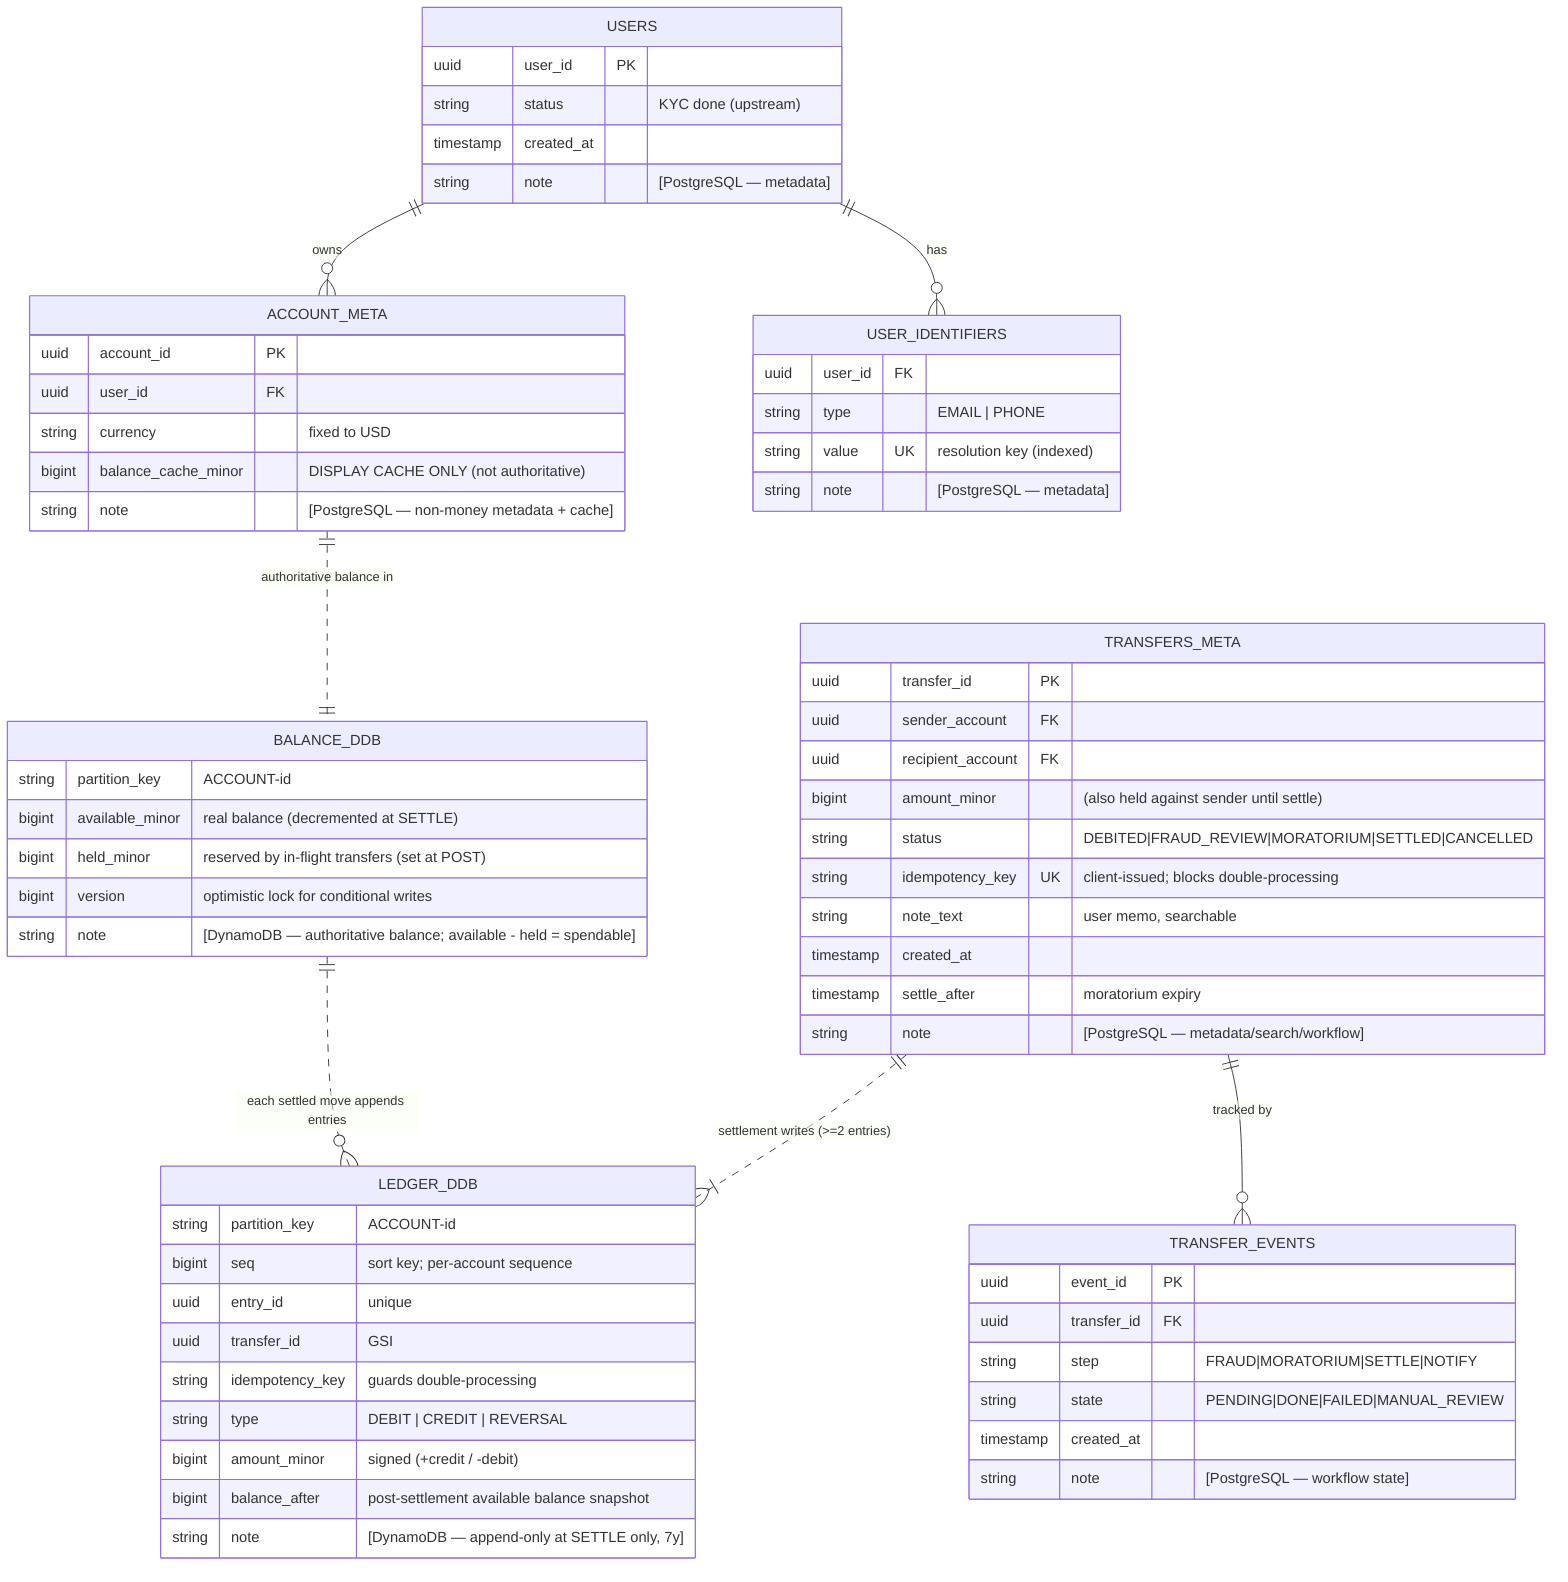
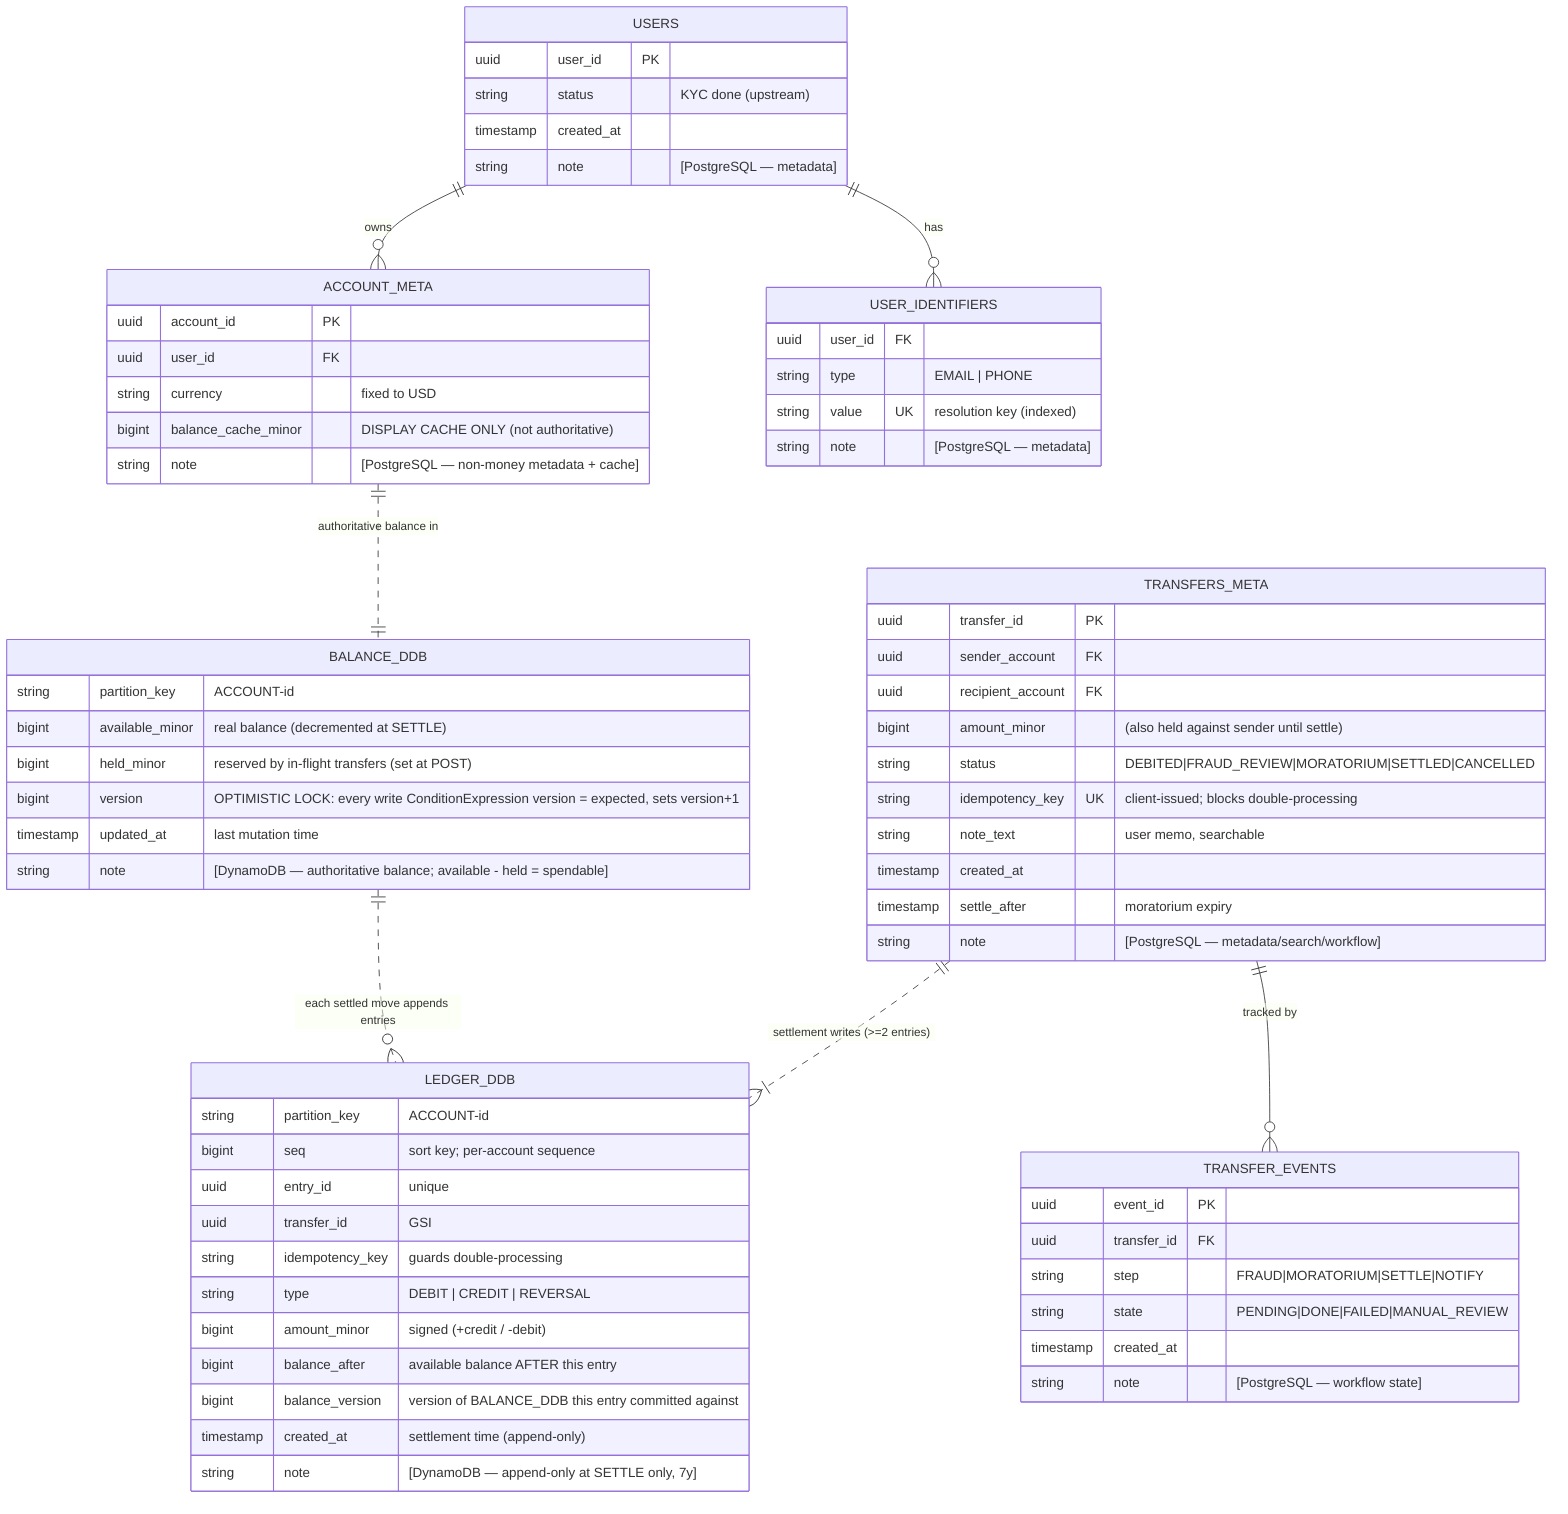
erDiagram
    USERS ||--o{ ACCOUNT_META : "owns"
    USERS ||--o{ USER_IDENTIFIERS : "has"
    ACCOUNT_META ||..|| BALANCE_DDB : "authoritative balance in"
    BALANCE_DDB ||..o{ LEDGER_DDB : "each settled move appends entries"
    TRANSFERS_META ||--o{ TRANSFER_EVENTS : "tracked by"
    TRANSFERS_META ||..|{ LEDGER_DDB : "settlement writes (>=2 entries)"

    USERS {
        uuid user_id PK
        string status "KYC done (upstream)"
        timestamp created_at
        string note "[PostgreSQL — metadata]"
    }

    USER_IDENTIFIERS {
        uuid user_id FK
        string type "EMAIL | PHONE"
        string value UK "resolution key (indexed)"
        string note "[PostgreSQL — metadata]"
    }

    ACCOUNT_META {
        uuid account_id PK
        uuid user_id FK
        string currency "fixed to USD"
        bigint balance_cache_minor "DISPLAY CACHE ONLY (not authoritative)"
        string note "[PostgreSQL — non-money metadata + cache]"
    }

    TRANSFERS_META {
        uuid transfer_id PK
        uuid sender_account FK
        uuid recipient_account FK
        bigint amount_minor "(also held against sender until settle)"
        string status "DEBITED|FRAUD_REVIEW|MORATORIUM|SETTLED|CANCELLED"
        string idempotency_key UK "client-issued; blocks double-processing"
        string note_text "user memo, searchable"
        timestamp created_at
        timestamp settle_after "moratorium expiry"
        string note "[PostgreSQL — metadata/search/workflow]"
    }

    TRANSFER_EVENTS {
        uuid event_id PK
        uuid transfer_id FK
        string step "FRAUD|MORATORIUM|SETTLE|NOTIFY"
        string state "PENDING|DONE|FAILED|MANUAL_REVIEW"
        timestamp created_at
        string note "[PostgreSQL — workflow state]"
    }

    BALANCE_DDB {
        string partition_key "ACCOUNT-id"
        bigint available_minor "real balance (decremented at SETTLE)"
        bigint held_minor "reserved by in-flight transfers (set at POST)"
-         bigint version "optimistic lock for conditional writes"
+         bigint version "OPTIMISTIC LOCK: every write ConditionExpression version = expected, sets version+1"
+         timestamp updated_at "last mutation time"
        string note "[DynamoDB — authoritative balance; available - held = spendable]"
    }

    LEDGER_DDB {
        string partition_key "ACCOUNT-id"
        bigint seq "sort key; per-account sequence"
        uuid entry_id "unique"
        uuid transfer_id "GSI"
        string idempotency_key "guards double-processing"
        string type "DEBIT | CREDIT | REVERSAL"
        bigint amount_minor "signed (+credit / -debit)"
-         bigint balance_after "post-settlement available balance snapshot"
+         bigint balance_after "available balance AFTER this entry"
+         bigint balance_version "version of BALANCE_DDB this entry committed against"
+         timestamp created_at "settlement time (append-only)"
        string note "[DynamoDB — append-only at SETTLE only, 7y]"
    }
